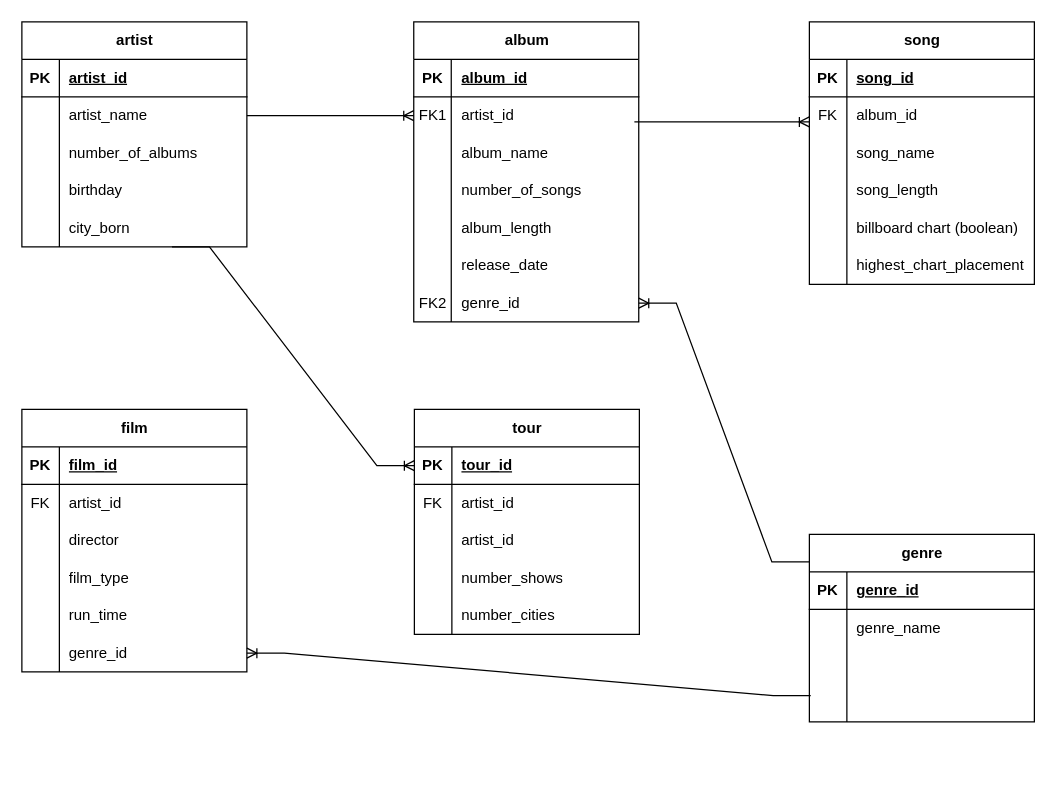
The draw.io diagram Untitled Diagram.drawio in emilygaw95/emilygaw95, before the edit. Source tidied: cells renumbered, new cells numbered last; positions are measured from the earlier drawing's top-left corner, leaving out a move shared by most shapes. Both pictures are drawn from the tidied source at 125%, with x=0, y=0 at pixel (21, 21).
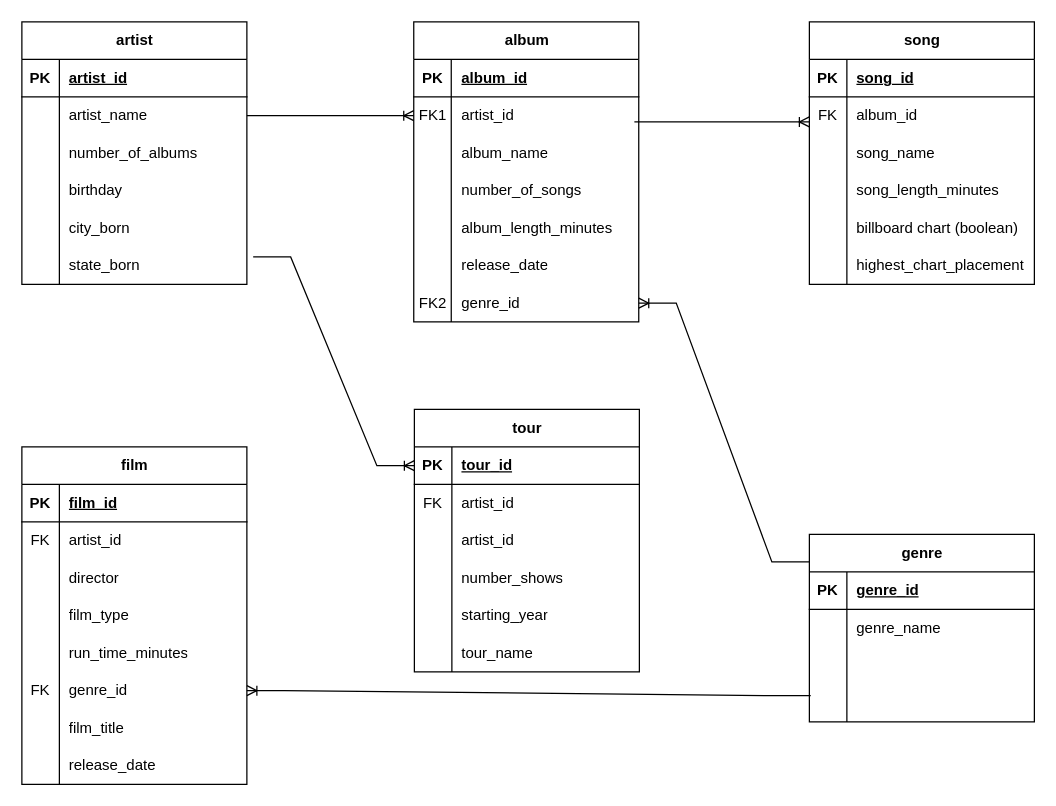
The same page after the edit.

Unchanged cells that the change refers to:
```xml
<mxCell id="15" style="shape=tableRow;horizontal=0;startSize=0;swimlaneHead=0;swimlaneBody=0;fillColor=none;points=[[0,0.5],[1,0.5]];portConstraint=eastwest;top=0;left=0;right=0;bottom=0;" parent="2" vertex="1">
  <mxGeometry y="150" width="180" height="30" as="geometry" />
</mxCell>
<mxCell id="31" style="shape=tableRow;horizontal=0;startSize=0;swimlaneHead=0;swimlaneBody=0;fillColor=none;top=0;left=0;right=0;bottom=0;" parent="18" vertex="1">
  <mxGeometry y="150" width="180" height="30" as="geometry" />
</mxCell>
<mxCell id="51" style="shape=tableRow;horizontal=0;startSize=0;swimlaneHead=0;swimlaneBody=0;fillColor=none;top=0;left=0;right=0;bottom=0;" parent="41" vertex="1">
  <mxGeometry y="120" width="180" height="30" as="geometry" />
</mxCell>
<mxCell id="74" style="shape=tableRow;horizontal=0;startSize=0;swimlaneHead=0;swimlaneBody=0;fillColor=none;top=0;left=0;right=0;bottom=0;" parent="61" vertex="1">
  <mxGeometry y="150" width="180" height="30" as="geometry" />
</mxCell>
<mxCell id="77" style="shape=tableRow;horizontal=0;startSize=0;swimlaneHead=0;swimlaneBody=0;fillColor=none;points=[[0,0.5],[1,0.5]];portConstraint=eastwest;top=0;left=0;right=0;bottom=0;" parent="61" vertex="1">
  <mxGeometry y="180" width="180" height="30" as="geometry" />
</mxCell>
<mxCell id="81" style="shape=tableRow;horizontal=0;startSize=0;swimlaneHead=0;swimlaneBody=0;fillColor=none;points=[[0,0.5],[1,0.5]];portConstraint=eastwest;top=0;left=0;right=0;bottom=1;" parent="80" vertex="1">
  <mxGeometry y="30" width="180" height="30" as="geometry" />
</mxCell>
<mxCell id="93" style="shape=tableRow;horizontal=0;startSize=0;swimlaneHead=0;swimlaneBody=0;fillColor=none;top=0;left=0;right=0;bottom=0;" parent="80" vertex="1">
  <mxGeometry y="150" width="180" height="30" as="geometry" />
</mxCell>
```

Change to the diagram source:
```diff
@@
     <mxCell id="2" value="artist" style="shape=table;startSize=30;childLayout=tableLayout;rowLines=0;fontStyle=1;align=center;html=1;" parent="1" vertex="1">
-      <mxGeometry width="180" height="180" as="geometry" />
+      <mxGeometry width="180" height="210" as="geometry" />
     </mxCell>
@@
+    <mxCell id="112" style="shape=tableRow;horizontal=0;startSize=0;swimlaneHead=0;swimlaneBody=0;fillColor=none;points=[[0,0.5],[1,0.5]];portConstraint=eastwest;top=0;left=0;right=0;bottom=0;" parent="2" vertex="1">
+      <mxGeometry y="180" width="180" height="30" as="geometry" />
+    </mxCell>
+    <mxCell id="113" style="shape=partialRectangle;fillColor=none;top=0;left=0;bottom=0;right=0;overflow=hidden;whiteSpace=wrap;html=1;" parent="112" vertex="1">
+      <mxGeometry width="30" height="30" as="geometry" />
+    </mxCell>
+    <mxCell id="114" value="state_born" style="shape=partialRectangle;fillColor=none;top=0;left=0;bottom=0;right=0;align=left;spacingLeft=6;overflow=hidden;whiteSpace=wrap;html=1;" parent="112" vertex="1">
+      <mxGeometry x="30" width="150" height="30" as="geometry" />
+    </mxCell>
@@
-    <mxCell id="33" value="album_length" style="shape=partialRectangle;fillColor=none;top=0;left=0;bottom=0;right=0;align=left;spacingLeft=6;overflow=hidden;whiteSpace=wrap;html=1;" parent="31" vertex="1">
+    <mxCell id="33" value="album_length_minutes" style="shape=partialRectangle;fillColor=none;top=0;left=0;bottom=0;right=0;align=left;spacingLeft=6;overflow=hidden;whiteSpace=wrap;html=1;" parent="31" vertex="1">
       <mxGeometry x="30" width="150" height="30" as="geometry" />
     </mxCell>
@@
-    <mxCell id="53" value="song_length" style="shape=partialRectangle;fillColor=none;top=0;left=0;bottom=0;right=0;align=left;spacingLeft=6;overflow=hidden;whiteSpace=wrap;html=1;" parent="51" vertex="1">
+    <mxCell id="53" value="song_length_minutes" style="shape=partialRectangle;fillColor=none;top=0;left=0;bottom=0;right=0;align=left;spacingLeft=6;overflow=hidden;whiteSpace=wrap;html=1;" parent="51" vertex="1">
       <mxGeometry x="30" width="150" height="30" as="geometry" />
     </mxCell>
@@
     <mxCell id="61" value="film" style="shape=table;startSize=30;childLayout=tableLayout;rowLines=0;fontStyle=1;align=center;html=1;" parent="1" vertex="1">
-      <mxGeometry y="310" width="180" height="210" as="geometry" />
+      <mxGeometry y="340" width="180" height="270" as="geometry" />
     </mxCell>
@@
-    <mxCell id="76" value="run_time" style="shape=partialRectangle;fillColor=none;top=0;left=0;bottom=0;right=0;align=left;spacingLeft=6;overflow=hidden;whiteSpace=wrap;html=1;" parent="74" vertex="1">
+    <mxCell id="76" value="run_time_minutes" style="shape=partialRectangle;fillColor=none;top=0;left=0;bottom=0;right=0;align=left;spacingLeft=6;overflow=hidden;whiteSpace=wrap;html=1;" parent="74" vertex="1">
       <mxGeometry x="30" width="150" height="30" as="geometry" />
     </mxCell>
@@
-    <mxCell id="78" style="shape=partialRectangle;fillColor=none;top=0;left=0;bottom=0;right=0;overflow=hidden;whiteSpace=wrap;html=1;" parent="77" vertex="1">
+    <mxCell id="78" value="FK" style="shape=partialRectangle;fillColor=none;top=0;left=0;bottom=0;right=0;overflow=hidden;whiteSpace=wrap;html=1;" parent="77" vertex="1">
       <mxGeometry width="30" height="30" as="geometry" />
     </mxCell>
@@
+    <mxCell id="115" style="shape=tableRow;horizontal=0;startSize=0;swimlaneHead=0;swimlaneBody=0;fillColor=none;top=0;left=0;right=0;bottom=0;" parent="61" vertex="1">
+      <mxGeometry y="210" width="180" height="30" as="geometry" />
+    </mxCell>
+    <mxCell id="116" style="shape=partialRectangle;fillColor=none;top=0;left=0;bottom=0;right=0;overflow=hidden;whiteSpace=wrap;html=1;" parent="115" vertex="1">
+      <mxGeometry width="30" height="30" as="geometry" />
+    </mxCell>
+    <mxCell id="117" value="film_title" style="shape=partialRectangle;fillColor=none;top=0;left=0;bottom=0;right=0;align=left;spacingLeft=6;overflow=hidden;whiteSpace=wrap;html=1;" parent="115" vertex="1">
+      <mxGeometry x="30" width="150" height="30" as="geometry" />
+    </mxCell>
+    <mxCell id="118" style="shape=tableRow;horizontal=0;startSize=0;swimlaneHead=0;swimlaneBody=0;fillColor=none;top=0;left=0;right=0;bottom=0;" parent="61" vertex="1">
+      <mxGeometry y="240" width="180" height="30" as="geometry" />
+    </mxCell>
+    <mxCell id="119" style="shape=partialRectangle;fillColor=none;top=0;left=0;bottom=0;right=0;overflow=hidden;whiteSpace=wrap;html=1;" parent="118" vertex="1">
+      <mxGeometry width="30" height="30" as="geometry" />
+    </mxCell>
+    <mxCell id="120" value="release_date" style="shape=partialRectangle;fillColor=none;top=0;left=0;bottom=0;right=0;align=left;spacingLeft=6;overflow=hidden;whiteSpace=wrap;html=1;" parent="118" vertex="1">
+      <mxGeometry x="30" width="150" height="30" as="geometry" />
+    </mxCell>
     <mxCell id="80" value="tour" style="shape=table;startSize=30;childLayout=tableLayout;rowLines=0;fontStyle=1;align=center;html=1;" parent="1" vertex="1">
-      <mxGeometry x="314" y="310" width="180" height="180" as="geometry" />
+      <mxGeometry x="314" y="310" width="180" height="210" as="geometry" />
     </mxCell>
@@
-    <mxCell id="95" value="number_cities" style="shape=partialRectangle;fillColor=none;top=0;left=0;bottom=0;right=0;align=left;spacingLeft=6;overflow=hidden;whiteSpace=wrap;html=1;" parent="93" vertex="1">
+    <mxCell id="95" value="starting_year" style="shape=partialRectangle;fillColor=none;top=0;left=0;bottom=0;right=0;align=left;spacingLeft=6;overflow=hidden;whiteSpace=wrap;html=1;" parent="93" vertex="1">
       <mxGeometry x="30" width="150" height="30" as="geometry" />
     </mxCell>
+    <mxCell id="121" style="shape=tableRow;horizontal=0;startSize=0;swimlaneHead=0;swimlaneBody=0;fillColor=none;top=0;left=0;right=0;bottom=0;" parent="80" vertex="1">
+      <mxGeometry y="180" width="180" height="30" as="geometry" />
+    </mxCell>
+    <mxCell id="122" style="shape=partialRectangle;fillColor=none;top=0;left=0;bottom=0;right=0;overflow=hidden;whiteSpace=wrap;html=1;" parent="121" vertex="1">
+      <mxGeometry width="30" height="30" as="geometry" />
+    </mxCell>
+    <mxCell id="123" value="tour_name" style="shape=partialRectangle;fillColor=none;top=0;left=0;bottom=0;right=0;align=left;spacingLeft=6;overflow=hidden;whiteSpace=wrap;html=1;" parent="121" vertex="1">
+      <mxGeometry x="30" width="150" height="30" as="geometry" />
+    </mxCell>
@@
-    <mxCell id="109" style="edgeStyle=entityRelationEdgeStyle;fontSize=12;html=1;endArrow=ERoneToMany;rounded=0;exitX=0.667;exitY=1;exitDx=0;exitDy=0;exitPerimeter=0;entryX=0;entryY=0.5;entryDx=0;entryDy=0;" parent="1" edge="1" source="15" target="81">
+    <mxCell id="109" style="edgeStyle=entityRelationEdgeStyle;fontSize=12;html=1;endArrow=ERoneToMany;rounded=0;exitX=1.028;exitY=0.267;exitDx=0;exitDy=0;exitPerimeter=0;entryX=0;entryY=0.5;entryDx=0;entryDy=0;" parent="1" edge="1" source="112" target="81">
       <mxGeometry relative="1" as="geometry" />
     </mxCell>
```
